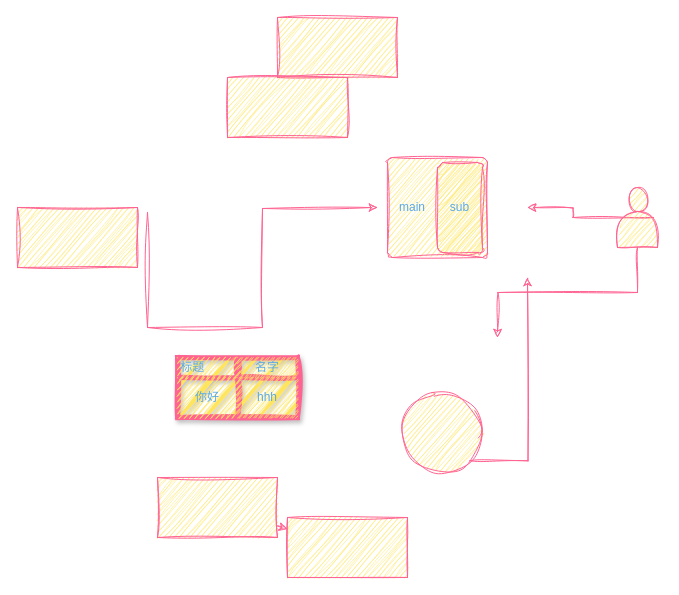
This is 未命名绘图.drawio from calmstar/test, a draw.io file, before an edit. Source tidied: cells renumbered, new cells numbered last; positions are measured from the earlier drawing's top-left corner, leaving out a move shared by most shapes. Both pictures are drawn from the tidied source at 100%, with x=0, y=0 at pixel (17, 17).
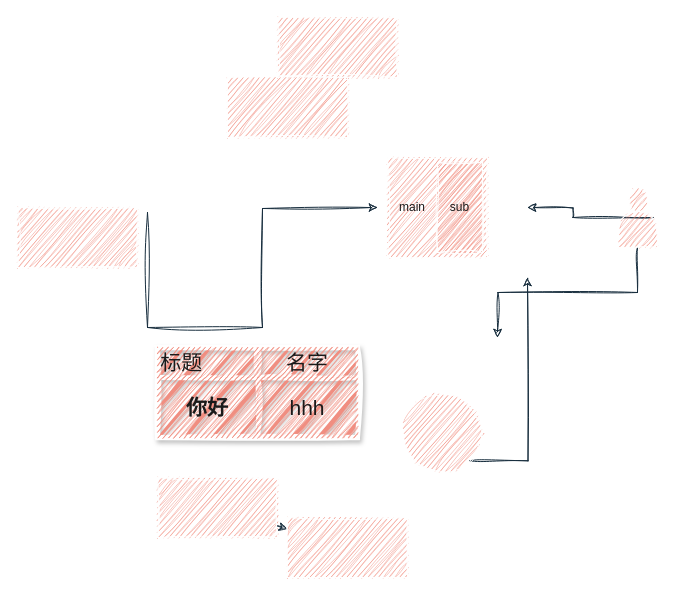
The same page after the edit.

Commit message:
更新未命名绘图.drawio

Diff of the diagram source:
```diff
@@
-    <mxCell id="2" style="edgeStyle=orthogonalEdgeStyle;rounded=0;jettySize=auto;html=1;noEdgeStyle=1;labelBackgroundColor=none;fontColor=default;strokeColor=#FF6392;sketch=1;curveFitting=1;jiggle=2;" parent="1" edge="1" source="3" target="4">
+    <mxCell id="2" style="edgeStyle=orthogonalEdgeStyle;rounded=0;jettySize=auto;html=1;noEdgeStyle=1;labelBackgroundColor=none;fontColor=default;strokeColor=#182E3E;sketch=1;curveFitting=1;jiggle=2;" parent="1" edge="1" source="3" target="4">
       <mxGeometry relative="1" as="geometry" />
     </mxCell>
-    <mxCell id="3" style="rounded=0;whiteSpace=wrap;html=1;labelBackgroundColor=none;fillColor=#FFE45E;strokeColor=#FF6392;fontColor=#5AA9E6;sketch=1;curveFitting=1;jiggle=2;" parent="1" vertex="1">
+    <mxCell id="3" style="rounded=0;whiteSpace=wrap;html=1;labelBackgroundColor=none;fillColor=#F08E81;strokeColor=#FFFFFF;fontColor=#1A1A1A;sketch=1;curveFitting=1;jiggle=2;" parent="1" vertex="1">
       <mxGeometry x="140" y="460" width="120" height="60" as="geometry" />
     </mxCell>
-    <mxCell id="4" style="rounded=0;whiteSpace=wrap;html=1;labelBackgroundColor=none;fillColor=#FFE45E;strokeColor=#FF6392;fontColor=#5AA9E6;sketch=1;curveFitting=1;jiggle=2;" parent="1" vertex="1">
+    <mxCell id="4" style="rounded=0;whiteSpace=wrap;html=1;labelBackgroundColor=none;fillColor=#F08E81;strokeColor=#FFFFFF;fontColor=#1A1A1A;sketch=1;curveFitting=1;jiggle=2;" parent="1" vertex="1">
       <mxGeometry x="270" y="500" width="120" height="60" as="geometry" />
     </mxCell>
-    <mxCell id="5" style="edgeStyle=orthogonalEdgeStyle;rounded=0;jettySize=auto;html=1;exitX=1;exitY=1;exitDx=0;exitDy=0;labelBackgroundColor=none;fontColor=default;strokeColor=#FF6392;sketch=1;curveFitting=1;jiggle=2;" parent="1" edge="1" source="6">
+    <mxCell id="5" style="edgeStyle=orthogonalEdgeStyle;rounded=0;jettySize=auto;html=1;exitX=1;exitY=1;exitDx=0;exitDy=0;labelBackgroundColor=none;fontColor=default;strokeColor=#182E3E;sketch=1;curveFitting=1;jiggle=2;" parent="1" edge="1" source="6">
       <mxGeometry relative="1" as="geometry">
         <mxPoint x="510" y="260" as="targetPoint" />
       </mxGeometry>
     </mxCell>
-    <mxCell id="6" style="ellipse;whiteSpace=wrap;html=1;labelBackgroundColor=none;fillColor=#FFE45E;strokeColor=#FF6392;fontColor=#5AA9E6;sketch=1;curveFitting=1;jiggle=2;" parent="1" vertex="1">
+    <mxCell id="6" style="ellipse;whiteSpace=wrap;html=1;labelBackgroundColor=none;fillColor=#F08E81;strokeColor=#FFFFFF;fontColor=#1A1A1A;sketch=1;curveFitting=1;jiggle=2;rounded=0;" parent="1" vertex="1">
       <mxGeometry x="384" y="375" width="80" height="80" as="geometry" />
     </mxCell>
-    <mxCell id="7" style="edgeStyle=orthogonalEdgeStyle;rounded=0;jettySize=auto;html=1;exitX=0.9;exitY=0.5;exitDx=0;exitDy=0;exitPerimeter=0;labelBackgroundColor=none;fontColor=default;strokeColor=#FF6392;sketch=1;curveFitting=1;jiggle=2;" parent="1" edge="1" source="9">
+    <mxCell id="7" style="edgeStyle=orthogonalEdgeStyle;rounded=0;jettySize=auto;html=1;exitX=0.9;exitY=0.5;exitDx=0;exitDy=0;exitPerimeter=0;labelBackgroundColor=none;fontColor=default;strokeColor=#182E3E;sketch=1;curveFitting=1;jiggle=2;" parent="1" edge="1" source="9">
       <mxGeometry relative="1" as="geometry">
         <mxPoint x="510" y="190" as="targetPoint" />
       </mxGeometry>
     </mxCell>
-    <mxCell id="8" style="edgeStyle=orthogonalEdgeStyle;rounded=0;jettySize=auto;html=1;exitX=0.5;exitY=1;exitDx=0;exitDy=0;labelBackgroundColor=none;fontColor=default;strokeColor=#FF6392;sketch=1;curveFitting=1;jiggle=2;" parent="1" edge="1" source="9">
+    <mxCell id="8" style="edgeStyle=orthogonalEdgeStyle;rounded=0;jettySize=auto;html=1;exitX=0.5;exitY=1;exitDx=0;exitDy=0;labelBackgroundColor=none;fontColor=default;strokeColor=#182E3E;sketch=1;curveFitting=1;jiggle=2;" parent="1" edge="1" source="9">
       <mxGeometry relative="1" as="geometry">
         <mxPoint x="480" y="320" as="targetPoint" />
       </mxGeometry>
     </mxCell>
-    <mxCell id="9" style="shape=actor;whiteSpace=wrap;html=1;labelBackgroundColor=none;fillColor=#FFE45E;strokeColor=#FF6392;fontColor=#5AA9E6;sketch=1;curveFitting=1;jiggle=2;" parent="1" vertex="1">
+    <mxCell id="9" style="shape=actor;whiteSpace=wrap;html=1;labelBackgroundColor=none;fillColor=#F08E81;strokeColor=#FFFFFF;fontColor=#1A1A1A;sketch=1;curveFitting=1;jiggle=2;rounded=0;" parent="1" vertex="1">
       <mxGeometry x="600" y="170" width="40" height="60" as="geometry" />
     </mxCell>
-    <mxCell id="10" style="rounded=1;absoluteArcSize=1;html=1;arcSize=10;labelBackgroundColor=none;fillColor=#FFE45E;strokeColor=#FF6392;fontColor=#5AA9E6;sketch=1;curveFitting=1;jiggle=2;" parent="1" vertex="1">
+    <mxCell id="10" style="rounded=0;absoluteArcSize=1;html=1;arcSize=10;labelBackgroundColor=none;fillColor=#F08E81;strokeColor=#FFFFFF;fontColor=#1A1A1A;sketch=1;curveFitting=1;jiggle=2;" parent="1" vertex="1">
       <mxGeometry x="370" y="140" width="100" height="100" as="geometry" />
     </mxCell>
-    <mxCell id="11" value="main" style="html=1;shape=mxgraph.er.anchor;whiteSpace=wrap;labelBackgroundColor=none;fillColor=#FFE45E;strokeColor=#FF6392;fontColor=#5AA9E6;sketch=1;curveFitting=1;jiggle=2;" parent="10" vertex="1">
+    <mxCell id="11" value="main" style="html=1;shape=mxgraph.er.anchor;whiteSpace=wrap;labelBackgroundColor=none;fillColor=#F08E81;strokeColor=#FFFFFF;fontColor=#1A1A1A;sketch=1;curveFitting=1;jiggle=2;rounded=0;" parent="10" vertex="1">
       <mxGeometry width="50" height="100" as="geometry" />
     </mxCell>
-    <mxCell id="12" value="sub" style="rounded=1;absoluteArcSize=1;html=1;arcSize=10;whiteSpace=wrap;labelBackgroundColor=none;fillColor=#FFE45E;strokeColor=#FF6392;fontColor=#5AA9E6;sketch=1;curveFitting=1;jiggle=2;" parent="10" vertex="1">
+    <mxCell id="12" value="sub" style="rounded=0;absoluteArcSize=1;html=1;arcSize=10;whiteSpace=wrap;labelBackgroundColor=none;fillColor=#F08E81;strokeColor=#FFFFFF;fontColor=#1A1A1A;sketch=1;curveFitting=1;jiggle=2;" parent="10" vertex="1">
       <mxGeometry x="50" y="5" width="45" height="90" as="geometry" />
     </mxCell>
-    <mxCell id="13" style="whiteSpace=wrap;html=1;labelBackgroundColor=none;fillColor=#FFE45E;strokeColor=#FF6392;fontColor=#5AA9E6;sketch=1;curveFitting=1;jiggle=2;" parent="1" vertex="1">
+    <mxCell id="13" style="whiteSpace=wrap;html=1;labelBackgroundColor=none;fillColor=#F08E81;strokeColor=#FFFFFF;fontColor=#1A1A1A;sketch=1;curveFitting=1;jiggle=2;rounded=0;" parent="1" vertex="1">
       <mxGeometry x="260" width="120" height="60" as="geometry" />
     </mxCell>
-    <mxCell id="14" style="whiteSpace=wrap;html=1;labelBackgroundColor=none;fillColor=#FFE45E;strokeColor=#FF6392;fontColor=#5AA9E6;sketch=1;curveFitting=1;jiggle=2;" parent="1" vertex="1">
+    <mxCell id="14" style="whiteSpace=wrap;html=1;labelBackgroundColor=none;fillColor=#F08E81;strokeColor=#FFFFFF;fontColor=#1A1A1A;sketch=1;curveFitting=1;jiggle=2;rounded=0;" parent="1" vertex="1">
       <mxGeometry x="210" y="60" width="120" height="60" as="geometry" />
     </mxCell>
-    <mxCell id="15" style="edgeStyle=orthogonalEdgeStyle;rounded=0;sketch=1;hachureGap=4;jiggle=2;curveFitting=1;orthogonalLoop=1;jettySize=auto;html=1;exitX=1;exitY=0.25;exitDx=0;exitDy=0;labelBackgroundColor=none;strokeColor=#FF6392;fontColor=default;" parent="1" edge="1">
+    <mxCell id="15" style="edgeStyle=orthogonalEdgeStyle;rounded=0;sketch=1;hachureGap=4;jiggle=2;curveFitting=1;orthogonalLoop=1;jettySize=auto;html=1;exitX=1;exitY=0.25;exitDx=0;exitDy=0;labelBackgroundColor=none;strokeColor=#182E3E;fontColor=default;" parent="1" edge="1">
       <mxGeometry relative="1" as="geometry">
         <mxPoint x="130" y="195" as="sourcePoint" />
         <mxPoint x="360" y="190" as="targetPoint" />
         <Array as="points">
           <mxPoint x="130" y="310" />
           <mxPoint x="245" y="310" />
           <mxPoint x="245" y="191" />
           <mxPoint x="360" y="191" />
         </Array>
       </mxGeometry>
     </mxCell>
-    <mxCell id="16" style="whiteSpace=wrap;html=1;labelBackgroundColor=none;fillColor=#FFE45E;strokeColor=#FF6392;fontColor=#5AA9E6;sketch=1;curveFitting=1;jiggle=2;" parent="1" vertex="1">
+    <mxCell id="16" style="whiteSpace=wrap;html=1;labelBackgroundColor=none;fillColor=#F08E81;strokeColor=#FFFFFF;fontColor=#1A1A1A;sketch=1;curveFitting=1;jiggle=2;rounded=0;" parent="1" vertex="1">
       <mxGeometry y="190" width="120" height="60" as="geometry" />
     </mxCell>
-    <mxCell id="17" style="shape=table;startSize=0;childLayout=tableLayout;strokeWidth=5;shadow=1;textShadow=1;sketch=1;curveFitting=1;jiggle=2;rounded=0;labelBackgroundColor=none;fillColor=#FFE45E;strokeColor=#FF6392;fontColor=#5AA9E6;" parent="1" vertex="1">
-      <mxGeometry x="160" y="340" width="120" height="60" as="geometry" />
+    <mxCell id="17" style="shape=table;startSize=0;childLayout=tableLayout;strokeWidth=5;shadow=1;textShadow=1;sketch=1;curveFitting=1;jiggle=2;rounded=0;labelBackgroundColor=none;fillColor=#F08E81;strokeColor=#FFFFFF;fontColor=#1A1A1A;fontSize=21;" parent="1" vertex="1">
+      <mxGeometry x="140" y="330" width="200" height="90" as="geometry" />
     </mxCell>
-    <mxCell id="18" style="shape=tableRow;horizontal=0;startSize=0;swimlaneHead=0;swimlaneBody=0;top=0;left=0;bottom=0;right=0;labelBackgroundColor=none;fillColor=#FFE45E;strokeColor=#FF6392;fontColor=#5AA9E6;sketch=1;curveFitting=1;jiggle=2;" parent="17" vertex="1">
-      <mxGeometry width="120" height="20" as="geometry" />
+    <mxCell id="18" style="shape=tableRow;horizontal=0;startSize=0;swimlaneHead=0;swimlaneBody=0;top=0;left=0;bottom=0;right=0;labelBackgroundColor=none;fillColor=#F08E81;strokeColor=#FFFFFF;fontColor=#1A1A1A;sketch=1;curveFitting=1;jiggle=2;rounded=0;fontSize=21;" parent="17" vertex="1">
+      <mxGeometry width="200" height="30" as="geometry" />
     </mxCell>
-    <mxCell id="19" value="标题&lt;span style=&quot;white-space: pre;&quot;&gt;&#9;&lt;/span&gt;&lt;span style=&quot;white-space: pre;&quot;&gt;&#9;&lt;/span&gt;&lt;div&gt;&lt;span style=&quot;white-space: pre;&quot;&gt;&#9;&lt;/span&gt;&lt;br&gt;&lt;/div&gt;" style="shape=partialRectangle;html=1;whiteSpace=wrap;overflow=hidden;top=0;left=0;bottom=0;right=0;labelBackgroundColor=none;fillColor=#FFE45E;strokeColor=#FF6392;fontColor=#5AA9E6;sketch=1;curveFitting=1;jiggle=2;" parent="18" vertex="1">
-      <mxGeometry width="60" height="20" as="geometry" />
+    <mxCell id="19" value="标题&lt;span style=&quot;white-space: pre; font-size: 21px;&quot;&gt;&#9;&lt;/span&gt;&lt;span style=&quot;white-space: pre; font-size: 21px;&quot;&gt;&#9;&lt;/span&gt;&lt;div style=&quot;font-size: 21px;&quot;&gt;&lt;span style=&quot;white-space: pre; font-size: 21px;&quot;&gt;&#9;&lt;/span&gt;&lt;br style=&quot;font-size: 21px;&quot;&gt;&lt;/div&gt;" style="shape=partialRectangle;html=1;whiteSpace=wrap;overflow=hidden;top=0;left=0;bottom=0;right=0;labelBackgroundColor=none;fillColor=#F08E81;strokeColor=#FFFFFF;fontColor=#1A1A1A;sketch=1;curveFitting=1;jiggle=2;rounded=0;fontSize=21;" parent="18" vertex="1">
+      <mxGeometry width="100" height="30" as="geometry" />
     </mxCell>
-    <mxCell id="20" value="名字" style="shape=partialRectangle;html=1;whiteSpace=wrap;overflow=hidden;top=0;left=0;bottom=0;right=0;labelBackgroundColor=none;fillColor=#FFE45E;strokeColor=#FF6392;fontColor=#5AA9E6;sketch=1;curveFitting=1;jiggle=2;" parent="18" vertex="1">
-      <mxGeometry x="60" width="60" height="20" as="geometry" />
+    <mxCell id="20" value="名字" style="shape=partialRectangle;html=1;whiteSpace=wrap;overflow=hidden;top=0;left=0;bottom=0;right=0;labelBackgroundColor=none;fillColor=#F08E81;strokeColor=#FFFFFF;fontColor=#1A1A1A;sketch=1;curveFitting=1;jiggle=2;rounded=0;fontSize=21;" parent="18" vertex="1">
+      <mxGeometry x="100" width="100" height="30" as="geometry" />
     </mxCell>
-    <mxCell id="21" style="shape=tableRow;horizontal=0;startSize=0;swimlaneHead=0;swimlaneBody=0;top=0;left=0;bottom=0;right=0;labelBackgroundColor=none;fillColor=#FFE45E;strokeColor=#FF6392;fontColor=#5AA9E6;sketch=1;curveFitting=1;jiggle=2;" parent="17" vertex="1">
-      <mxGeometry y="20" width="120" height="40" as="geometry" />
+    <mxCell id="21" style="shape=tableRow;horizontal=0;startSize=0;swimlaneHead=0;swimlaneBody=0;top=0;left=0;bottom=0;right=0;labelBackgroundColor=none;fillColor=#F08E81;strokeColor=#FFFFFF;fontColor=#1A1A1A;sketch=1;curveFitting=1;jiggle=2;rounded=0;fontSize=21;" parent="17" vertex="1">
+      <mxGeometry y="30" width="200" height="60" as="geometry" />
     </mxCell>
-    <mxCell id="22" value="你好" style="shape=partialRectangle;html=1;whiteSpace=wrap;overflow=hidden;top=0;left=0;bottom=0;right=0;labelBackgroundColor=none;fillColor=#FFE45E;strokeColor=#FF6392;fontColor=#5AA9E6;sketch=1;curveFitting=1;jiggle=2;" parent="21" vertex="1">
-      <mxGeometry width="60" height="40" as="geometry" />
+    <mxCell id="22" value="&lt;h1 style=&quot;font-size: 21px;&quot;&gt;&lt;font style=&quot;--darkreader-inline-color: #f7ffba; font-size: 21px;&quot;&gt;你好&lt;/font&gt;&lt;/h1&gt;" style="shape=partialRectangle;html=1;whiteSpace=wrap;overflow=hidden;top=0;left=0;bottom=0;right=0;labelBackgroundColor=none;fillColor=#F08E81;strokeColor=#FFFFFF;fontColor=#1A1A1A;sketch=1;curveFitting=1;jiggle=2;rounded=0;fontSize=21;" parent="21" vertex="1">
+      <mxGeometry width="100" height="60" as="geometry" />
     </mxCell>
-    <mxCell id="23" value="hhh" style="shape=partialRectangle;html=1;whiteSpace=wrap;overflow=hidden;top=0;left=0;bottom=0;right=0;labelBackgroundColor=none;fillColor=#FFE45E;strokeColor=#FF6392;fontColor=#5AA9E6;sketch=1;curveFitting=1;jiggle=2;" parent="21" vertex="1">
-      <mxGeometry x="60" width="60" height="40" as="geometry" />
+    <mxCell id="23" value="hhh" style="shape=partialRectangle;html=1;whiteSpace=wrap;overflow=hidden;top=0;left=0;bottom=0;right=0;labelBackgroundColor=none;fillColor=#F08E81;strokeColor=#FFFFFF;fontColor=#1A1A1A;sketch=1;curveFitting=1;jiggle=2;rounded=0;fontSize=21;" parent="21" vertex="1">
+      <mxGeometry x="100" width="100" height="60" as="geometry" />
     </mxCell>
```
